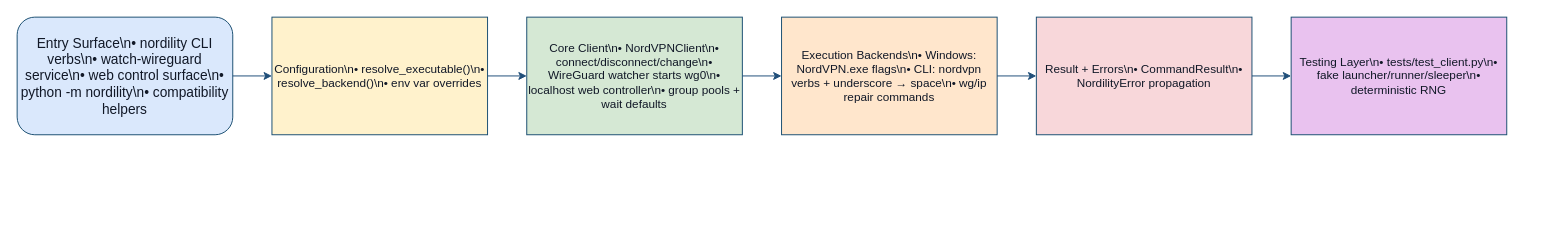
The draw.io diagram docs/diagrams/repo-architecture.drawio in casonk/nordility, before the edit. Source tidied: cells renumbered, new cells numbered last; positions are measured from the earlier drawing's top-left corner, leaving out a move shared by most shapes. Both pictures are drawn from the tidied source at 98%, with x=0, y=0 at pixel (17, 17).
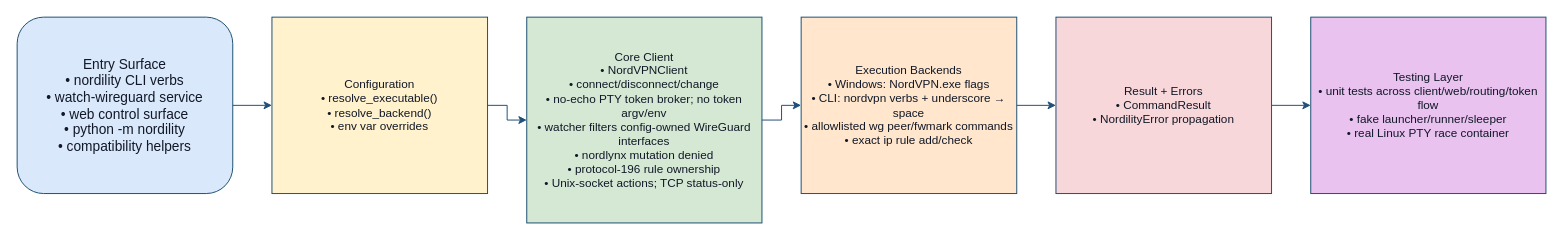
The same diagram, later.

Diff of the diagram source:
```diff
@@
 <mxGraphModel>
   <root>
     <mxCell id="0" />
     <mxCell id="1" parent="0" />
-    <mxCell id="2" value="Entry Surface\n• nordility CLI verbs\n• watch-wireguard service\n• web control surface\n• python -m nordility\n• compatibility helpers" style="rounded=1;whiteSpace=wrap;html=1;fillColor=#DAE8FC;strokeColor=#1B4F72;fontColor=#111827;fontSize=14;" parent="1" vertex="1">
-      <mxGeometry width="220" height="120" as="geometry" />
+    <mxCell id="2" value="Entry Surface&#10;• nordility CLI verbs&#10;• watch-wireguard service&#10;• web control surface&#10;• python -m nordility&#10;• compatibility helpers" style="rounded=1;whiteSpace=wrap;html=1;fillColor=#DAE8FC;strokeColor=#1B4F72;fontColor=#111827;fontSize=14;" parent="1" vertex="1">
+      <mxGeometry width="220" height="180" as="geometry" />
     </mxCell>
-    <mxCell id="3" value="Configuration\n• resolve_executable()\n• resolve_backend()\n• env var overrides" style="rounded=0;whiteSpace=wrap;html=1;fillColor=#FFF2CC;strokeColor=#1B4F72;fontColor=#111827;fontSize=12;" parent="1" vertex="1">
-      <mxGeometry x="260" width="220" height="120" as="geometry" />
+    <mxCell id="3" value="Configuration&#10;• resolve_executable()&#10;• resolve_backend()&#10;• env var overrides" style="rounded=0;whiteSpace=wrap;html=1;fillColor=#FFF2CC;strokeColor=#1B4F72;fontColor=#111827;fontSize=12;" parent="1" vertex="1">
+      <mxGeometry x="260" width="220" height="180" as="geometry" />
     </mxCell>
-    <mxCell id="4" value="Core Client\n• NordVPNClient\n• connect/disconnect/change\n• WireGuard watcher starts wg0\n• localhost web controller\n• group pools + wait defaults" style="rounded=0;whiteSpace=wrap;html=1;fillColor=#D5E8D4;strokeColor=#1B4F72;fontColor=#111827;fontSize=12;" parent="1" vertex="1">
-      <mxGeometry x="520" width="220" height="120" as="geometry" />
+    <mxCell id="4" value="Core Client&#10;• NordVPNClient&#10;• connect/disconnect/change&#10;• no-echo PTY token broker; no token argv/env&#10;• watcher filters config-owned WireGuard interfaces&#10;• nordlynx mutation denied&#10;• protocol-196 rule ownership&#10;• Unix-socket actions; TCP status-only" style="rounded=0;whiteSpace=wrap;html=1;fillColor=#D5E8D4;strokeColor=#1B4F72;fontColor=#111827;fontSize=12;" parent="1" vertex="1">
+      <mxGeometry x="520" width="240" height="210" as="geometry" />
     </mxCell>
-    <mxCell id="5" value="Execution Backends\n• Windows: NordVPN.exe flags\n• CLI: nordvpn verbs + underscore → space\n• wg/ip repair commands" style="rounded=0;whiteSpace=wrap;html=1;fillColor=#FFE6CC;strokeColor=#1B4F72;fontColor=#111827;fontSize=12;" parent="1" vertex="1">
-      <mxGeometry x="780" width="220" height="120" as="geometry" />
+    <mxCell id="5" value="Execution Backends&#10;• Windows: NordVPN.exe flags&#10;• CLI: nordvpn verbs + underscore → space&#10;• allowlisted wg peer/fwmark commands&#10;• exact ip rule add/check" style="rounded=0;whiteSpace=wrap;html=1;fillColor=#FFE6CC;strokeColor=#1B4F72;fontColor=#111827;fontSize=12;" parent="1" vertex="1">
+      <mxGeometry x="800" width="220" height="180" as="geometry" />
     </mxCell>
-    <mxCell id="6" value="Result + Errors\n• CommandResult\n• NordilityError propagation" style="rounded=0;whiteSpace=wrap;html=1;fillColor=#F8D7DA;strokeColor=#1B4F72;fontColor=#111827;fontSize=12;" parent="1" vertex="1">
-      <mxGeometry x="1040" width="220" height="120" as="geometry" />
+    <mxCell id="6" value="Result + Errors&#10;• CommandResult&#10;• NordilityError propagation" style="rounded=0;whiteSpace=wrap;html=1;fillColor=#F8D7DA;strokeColor=#1B4F72;fontColor=#111827;fontSize=12;" parent="1" vertex="1">
+      <mxGeometry x="1060" width="220" height="180" as="geometry" />
     </mxCell>
-    <mxCell id="7" value="Testing Layer\n• tests/test_client.py\n• fake launcher/runner/sleeper\n• deterministic RNG" style="rounded=0;whiteSpace=wrap;html=1;fillColor=#E9C2EF;strokeColor=#1B4F72;fontColor=#111827;fontSize=12;" parent="1" vertex="1">
-      <mxGeometry x="1300" width="220" height="120" as="geometry" />
+    <mxCell id="7" value="Testing Layer&#10;• unit tests across client/web/routing/token flow&#10;• fake launcher/runner/sleeper&#10;• real Linux PTY race container" style="rounded=0;whiteSpace=wrap;html=1;fillColor=#E9C2EF;strokeColor=#1B4F72;fontColor=#111827;fontSize=12;" parent="1" vertex="1">
+      <mxGeometry x="1320" width="240" height="180" as="geometry" />
     </mxCell>
     <mxCell id="8" style="edgeStyle=orthogonalEdgeStyle;rounded=0;jettySize=auto;html=1;strokeColor=#1F4E79;jumpStyle=arc;jumpSize=10;" parent="1" edge="1" source="2" target="3">
       <mxGeometry relative="1" as="geometry" />
     </mxCell>
     <mxCell id="9" style="edgeStyle=orthogonalEdgeStyle;rounded=0;jettySize=auto;html=1;strokeColor=#1F4E79;jumpStyle=arc;jumpSize=10;" parent="1" edge="1" source="3" target="4">
       <mxGeometry relative="1" as="geometry" />
     </mxCell>
     <mxCell id="10" style="edgeStyle=orthogonalEdgeStyle;rounded=0;jettySize=auto;html=1;strokeColor=#1F4E79;jumpStyle=arc;jumpSize=10;" parent="1" edge="1" source="4" target="5">
       <mxGeometry relative="1" as="geometry" />
     </mxCell>
     <mxCell id="11" style="edgeStyle=orthogonalEdgeStyle;rounded=0;jettySize=auto;html=1;strokeColor=#1F4E79;jumpStyle=arc;jumpSize=10;" parent="1" edge="1" source="5" target="6">
       <mxGeometry relative="1" as="geometry" />
     </mxCell>
     <mxCell id="12" style="edgeStyle=orthogonalEdgeStyle;rounded=0;jettySize=auto;html=1;strokeColor=#1F4E79;jumpStyle=arc;jumpSize=10;" parent="1" edge="1" source="6" target="7">
       <mxGeometry relative="1" as="geometry" />
     </mxCell>
   </root>
 </mxGraphModel>
```
